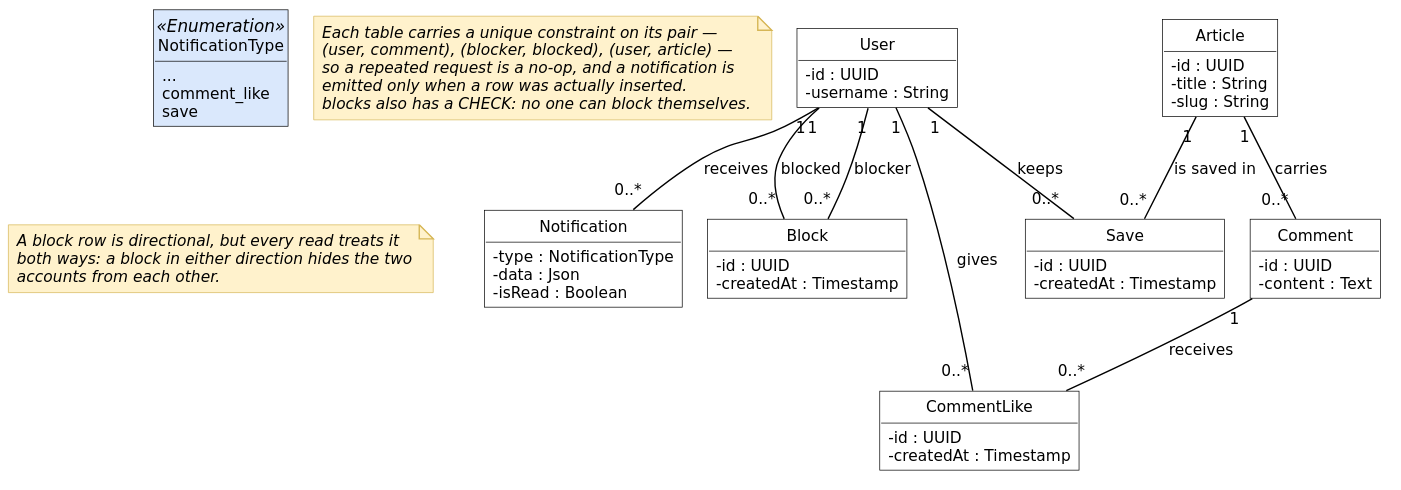
inkwell-dev/spec.inkwell.ai keeps this PlantUML diagram as diagrams/fig-7-2-classes-sprint-7/fig-7-2-classes-sprint-7.svg. Above is the earlier version.
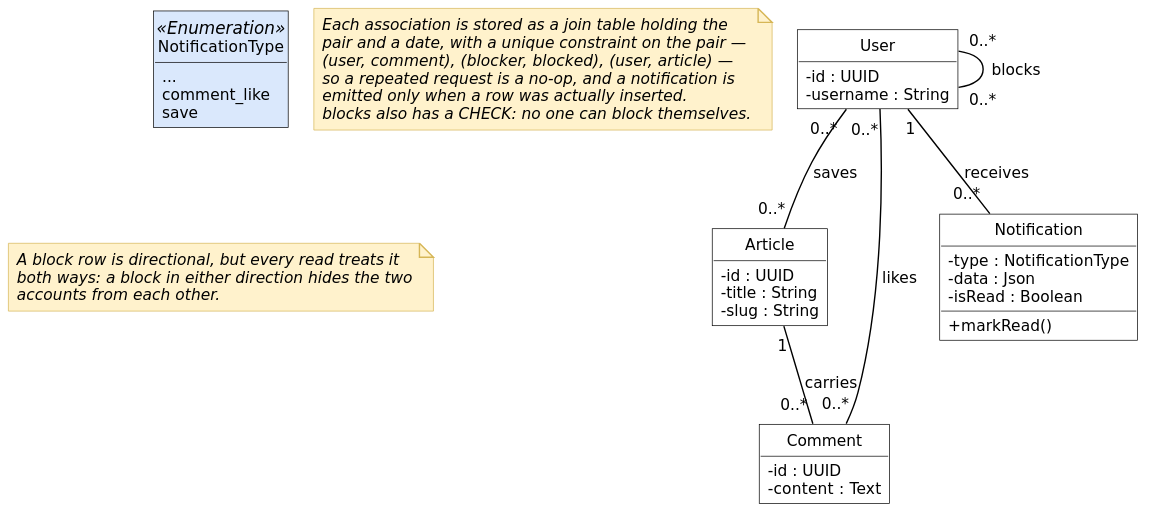
The same file after the commit.

The edit, as a diff of the source:
```diff
@@ -3,7 +3,7 @@
 skinparam nodesep 18
 skinparam ranksep 45
 hide circle
-hide methods
+hide empty methods
 
 class User {
   - id : UUID
@@ -18,22 +18,11 @@
   - id : UUID
   - content : Text
 }
-class CommentLike {
-  - id : UUID
-  - createdAt : Timestamp
-}
-class Block {
-  - id : UUID
-  - createdAt : Timestamp
-}
-class Save {
-  - id : UUID
-  - createdAt : Timestamp
-}
 class Notification {
   - type : NotificationType
   - data : Json
   - isRead : Boolean
+  + markRead()
 }
 
 class NotificationType <<Enumeration>> {
@@ -42,17 +31,15 @@
   save
 }
 
-User "1" -- "0..*" CommentLike : gives
-Comment "1" -- "0..*" CommentLike : receives
-User "1" -- "0..*" Block : blocker
-User "1" -- "0..*" Block : blocked
-User "1" -- "0..*" Save : keeps
-Article "1" -- "0..*" Save : is saved in
+User "0..*" -- "0..*" Comment : likes
+User "0..*" -- "0..*" User : blocks
+User "0..*" -- "0..*" Article : saves
 User "1" -- "0..*" Notification : receives
 Article "1" -- "0..*" Comment : carries
 
 note as N1
-  Each table carries a unique constraint on its pair —
+  Each association is stored as a join table holding the
+  pair and a date, with a unique constraint on the pair —
   (user, comment), (blocker, blocked), (user, article) —
   so a repeated request is a no-op, and a notification is
   emitted only when a row was actually inserted.
```
